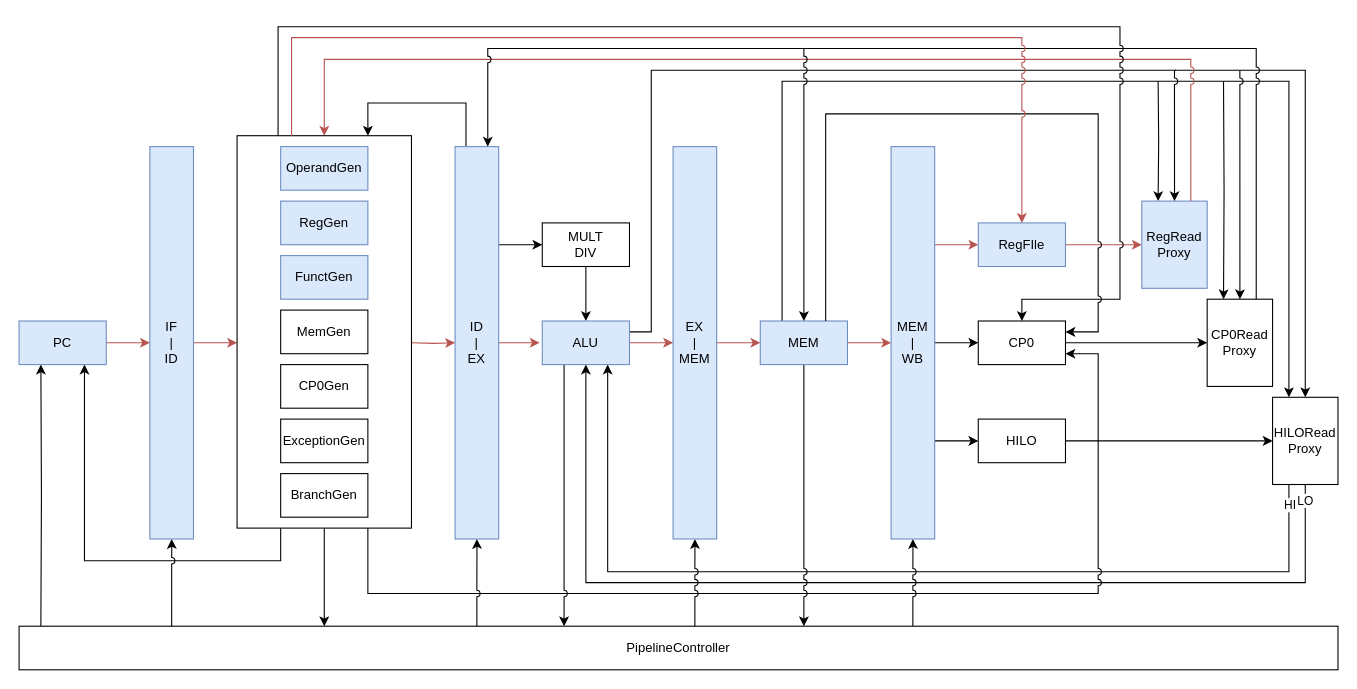
Earlier version of the draw.io diagram CS/ExternMIPS/算术运算指令/MULT.drawio (umiskky/Diagrams). Source tidied: cells renumbered, new cells numbered last; positions are measured from the earlier drawing's top-left corner, leaving out a move shared by most shapes. Both pictures are drawn from the tidied source at 109%, with x=0, y=0 at pixel (19, 26).
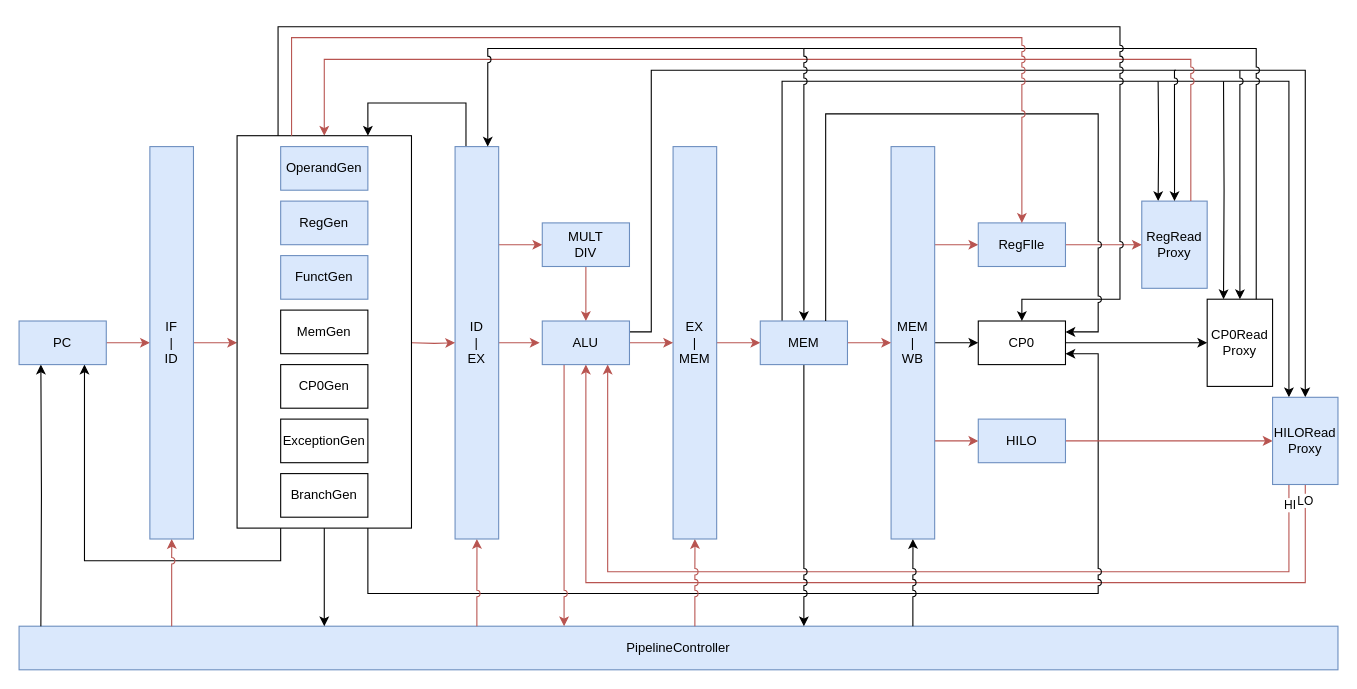
The same page after the edit.

Unchanged cells that the change refers to:
```xml
<mxCell id="20" value="IF&lt;br&gt;|&lt;br&gt;ID" style="rounded=0;whiteSpace=wrap;html=1;fillColor=#dae8fc;strokeColor=#6c8ebf;" parent="1" vertex="1">
  <mxGeometry x="120" y="110" width="40" height="360" as="geometry" />
</mxCell>
<mxCell id="25" value="ID&lt;br&gt;|&lt;br&gt;EX" style="rounded=0;whiteSpace=wrap;html=1;fillColor=#dae8fc;strokeColor=#6c8ebf;" parent="1" vertex="1">
  <mxGeometry x="400" y="110" width="40" height="360" as="geometry" />
</mxCell>
<mxCell id="28" value="EX&lt;br&gt;|&lt;br&gt;MEM" style="rounded=0;whiteSpace=wrap;html=1;fillColor=#dae8fc;strokeColor=#6c8ebf;" parent="1" vertex="1">
  <mxGeometry x="600" y="110" width="40" height="360" as="geometry" />
</mxCell>
<mxCell id="33" value="MEM&lt;br&gt;|&lt;br&gt;WB" style="rounded=0;whiteSpace=wrap;html=1;fillColor=#dae8fc;strokeColor=#6c8ebf;" parent="1" vertex="1">
  <mxGeometry x="800" y="110" width="40" height="360" as="geometry" />
</mxCell>
<mxCell id="40" value="ALU" style="rounded=0;whiteSpace=wrap;html=1;fillColor=#dae8fc;strokeColor=#6c8ebf;" parent="1" vertex="1">
  <mxGeometry x="480" y="270" width="80" height="40" as="geometry" />
</mxCell>
```

The edit, as a diff of the source:
```diff
@@
-    <mxCell id="6" style="edgeStyle=orthogonalEdgeStyle;rounded=0;jettySize=auto;html=1;exitX=0.5;exitY=1;exitDx=0;exitDy=0;entryX=0.5;entryY=1;entryDx=0;entryDy=0;" parent="1" edge="1" source="54" target="40">
+    <mxCell id="6" style="edgeStyle=orthogonalEdgeStyle;rounded=0;jettySize=auto;html=1;exitX=0.5;exitY=1;exitDx=0;exitDy=0;entryX=0.5;entryY=1;entryDx=0;entryDy=0;fillColor=#f8cecc;strokeColor=#b85450;" parent="1" edge="1" source="54" target="40">
       <mxGeometry relative="1" as="geometry">
         <Array as="points">
           <mxPoint x="1180" y="510" />
           <mxPoint x="520" y="510" />
         </Array>
       </mxGeometry>
     </mxCell>
@@
-    <mxCell id="8" style="edgeStyle=orthogonalEdgeStyle;rounded=0;jettySize=auto;html=1;exitX=0.25;exitY=1;exitDx=0;exitDy=0;entryX=0.75;entryY=1;entryDx=0;entryDy=0;" parent="1" edge="1" source="54" target="40">
+    <mxCell id="8" style="edgeStyle=orthogonalEdgeStyle;rounded=0;jettySize=auto;html=1;exitX=0.25;exitY=1;exitDx=0;exitDy=0;entryX=0.75;entryY=1;entryDx=0;entryDy=0;fillColor=#f8cecc;strokeColor=#b85450;" parent="1" edge="1" source="54" target="40">
       <mxGeometry relative="1" as="geometry">
         <Array as="points">
           <mxPoint x="1165" y="500" />
           <mxPoint x="540" y="500" />
         </Array>
       </mxGeometry>
     </mxCell>
@@
-    <mxCell id="14" value="PipelineController" style="rounded=0;whiteSpace=wrap;html=1;direction=south;" parent="1" vertex="1">
+    <mxCell id="14" value="PipelineController" style="rounded=0;whiteSpace=wrap;html=1;direction=south;fillColor=#dae8fc;strokeColor=#6c8ebf;" parent="1" vertex="1">
       <mxGeometry y="550" width="1210" height="40" as="geometry" />
     </mxCell>
@@
-    <mxCell id="19" style="edgeStyle=orthogonalEdgeStyle;rounded=0;jettySize=auto;html=1;entryX=0.5;entryY=1;entryDx=0;entryDy=0;jumpStyle=arc;" parent="1" edge="1" target="20">
+    <mxCell id="19" style="edgeStyle=orthogonalEdgeStyle;rounded=0;jettySize=auto;html=1;entryX=0.5;entryY=1;entryDx=0;entryDy=0;jumpStyle=arc;fillColor=#f8cecc;strokeColor=#b85450;" parent="1" edge="1" target="20">
       <mxGeometry relative="1" as="geometry">
         <mxPoint x="140" y="550" as="sourcePoint" />
       </mxGeometry>
     </mxCell>
@@
-    <mxCell id="21" style="edgeStyle=orthogonalEdgeStyle;rounded=0;jettySize=auto;html=1;exitX=1;exitY=0.25;exitDx=0;exitDy=0;entryX=0;entryY=0.5;entryDx=0;entryDy=0;" parent="1" edge="1" source="25" target="37">
+    <mxCell id="21" style="edgeStyle=orthogonalEdgeStyle;rounded=0;jettySize=auto;html=1;exitX=1;exitY=0.25;exitDx=0;exitDy=0;entryX=0;entryY=0.5;entryDx=0;entryDy=0;fillColor=#f8cecc;strokeColor=#b85450;" parent="1" edge="1" source="25" target="37">
       <mxGeometry relative="1" as="geometry" />
     </mxCell>
@@
-    <mxCell id="23" style="edgeStyle=orthogonalEdgeStyle;rounded=0;jettySize=auto;html=1;entryX=0.5;entryY=1;entryDx=0;entryDy=0;jumpStyle=arc;" parent="1" edge="1" target="25">
+    <mxCell id="23" style="edgeStyle=orthogonalEdgeStyle;rounded=0;jettySize=auto;html=1;entryX=0.5;entryY=1;entryDx=0;entryDy=0;jumpStyle=arc;fillColor=#f8cecc;strokeColor=#b85450;" parent="1" edge="1" target="25">
       <mxGeometry relative="1" as="geometry">
         <mxPoint x="420" y="550" as="sourcePoint" />
       </mxGeometry>
     </mxCell>
@@
-    <mxCell id="27" style="edgeStyle=orthogonalEdgeStyle;rounded=0;jettySize=auto;html=1;entryX=0.5;entryY=1;entryDx=0;entryDy=0;jumpStyle=arc;" parent="1" edge="1" target="28">
+    <mxCell id="27" style="edgeStyle=orthogonalEdgeStyle;rounded=0;jettySize=auto;html=1;entryX=0.5;entryY=1;entryDx=0;entryDy=0;jumpStyle=arc;fillColor=#f8cecc;strokeColor=#b85450;" parent="1" edge="1" target="28">
       <mxGeometry relative="1" as="geometry">
         <mxPoint x="620" y="550" as="sourcePoint" />
       </mxGeometry>
     </mxCell>
@@
-    <mxCell id="31" style="edgeStyle=orthogonalEdgeStyle;rounded=0;jettySize=auto;html=1;exitX=1;exitY=0.75;exitDx=0;exitDy=0;entryX=0;entryY=0.5;entryDx=0;entryDy=0;" parent="1" edge="1" source="33" target="49">
+    <mxCell id="31" style="edgeStyle=orthogonalEdgeStyle;rounded=0;jettySize=auto;html=1;exitX=1;exitY=0.75;exitDx=0;exitDy=0;entryX=0;entryY=0.5;entryDx=0;entryDy=0;fillColor=#f8cecc;strokeColor=#b85450;" parent="1" edge="1" source="33" target="49">
       <mxGeometry relative="1" as="geometry" />
     </mxCell>
@@
-    <mxCell id="36" style="edgeStyle=orthogonalEdgeStyle;rounded=0;jettySize=auto;html=1;exitX=0.5;exitY=1;exitDx=0;exitDy=0;entryX=0.5;entryY=0;entryDx=0;entryDy=0;" parent="1" edge="1" source="37" target="40">
+    <mxCell id="36" style="edgeStyle=orthogonalEdgeStyle;rounded=0;jettySize=auto;html=1;exitX=0.5;exitY=1;exitDx=0;exitDy=0;entryX=0.5;entryY=0;entryDx=0;entryDy=0;fillColor=#f8cecc;strokeColor=#b85450;" parent="1" edge="1" source="37" target="40">
       <mxGeometry relative="1" as="geometry" />
     </mxCell>
-    <mxCell id="37" value="MULT&lt;br&gt;DIV" style="rounded=0;whiteSpace=wrap;html=1;" parent="1" vertex="1">
+    <mxCell id="37" value="MULT&lt;br&gt;DIV" style="rounded=0;whiteSpace=wrap;html=1;fillColor=#dae8fc;strokeColor=#6c8ebf;" parent="1" vertex="1">
       <mxGeometry x="480" y="180" width="80" height="40" as="geometry" />
     </mxCell>
@@
-    <mxCell id="39" style="edgeStyle=orthogonalEdgeStyle;rounded=0;jettySize=auto;html=1;exitX=0.25;exitY=1;exitDx=0;exitDy=0;jumpStyle=arc;" parent="1" edge="1" source="40">
+    <mxCell id="39" style="edgeStyle=orthogonalEdgeStyle;rounded=0;jettySize=auto;html=1;exitX=0.25;exitY=1;exitDx=0;exitDy=0;jumpStyle=arc;fillColor=#f8cecc;strokeColor=#b85450;" parent="1" edge="1" source="40">
       <mxGeometry relative="1" as="geometry">
         <mxPoint x="500" y="550" as="targetPoint" />
       </mxGeometry>
     </mxCell>
@@
-    <mxCell id="48" style="edgeStyle=orthogonalEdgeStyle;rounded=0;jettySize=auto;html=1;exitX=1;exitY=0.5;exitDx=0;exitDy=0;entryX=0;entryY=0.5;entryDx=0;entryDy=0;" parent="1" edge="1" source="49" target="54">
+    <mxCell id="48" style="edgeStyle=orthogonalEdgeStyle;rounded=0;jettySize=auto;html=1;exitX=1;exitY=0.5;exitDx=0;exitDy=0;entryX=0;entryY=0.5;entryDx=0;entryDy=0;fillColor=#f8cecc;strokeColor=#b85450;" parent="1" edge="1" source="49" target="54">
       <mxGeometry relative="1" as="geometry" />
     </mxCell>
-    <mxCell id="49" value="HILO" style="rounded=0;whiteSpace=wrap;html=1;" parent="1" vertex="1">
+    <mxCell id="49" value="HILO" style="rounded=0;whiteSpace=wrap;html=1;fillColor=#dae8fc;strokeColor=#6c8ebf;" parent="1" vertex="1">
       <mxGeometry x="880" y="360" width="80" height="40" as="geometry" />
     </mxCell>
@@
-    <mxCell id="54" value="HILORead&lt;br&gt;Proxy" style="rounded=0;whiteSpace=wrap;html=1;" parent="1" vertex="1">
+    <mxCell id="54" value="HILORead&lt;br&gt;Proxy" style="rounded=0;whiteSpace=wrap;html=1;fillColor=#dae8fc;strokeColor=#6c8ebf;" parent="1" vertex="1">
       <mxGeometry x="1150" y="340" width="60" height="80" as="geometry" />
     </mxCell>
```
